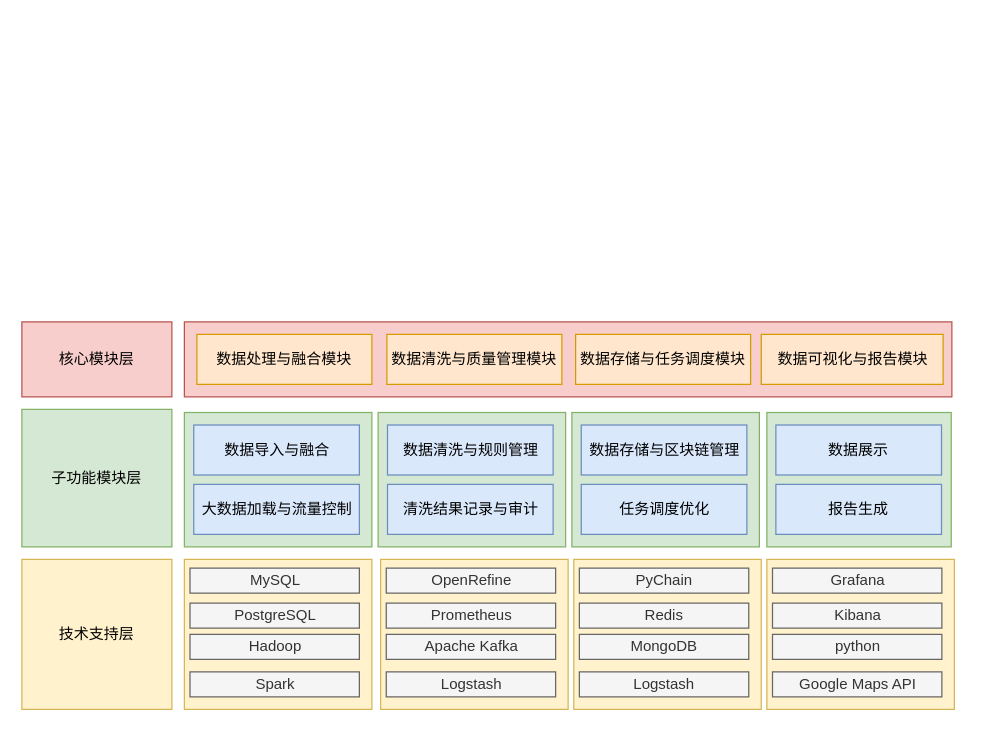
Before: 无人机监控与查询技术框架图 .drawio in jiaojb/py-crawler, a draw.io diagram. Source tidied: cells renumbered, new cells numbered last; positions are measured from the earlier drawing's top-left corner, leaving out a move shared by most shapes. Both pictures are drawn from the tidied source at 125%, with x=0, y=0 at pixel (21, 321).
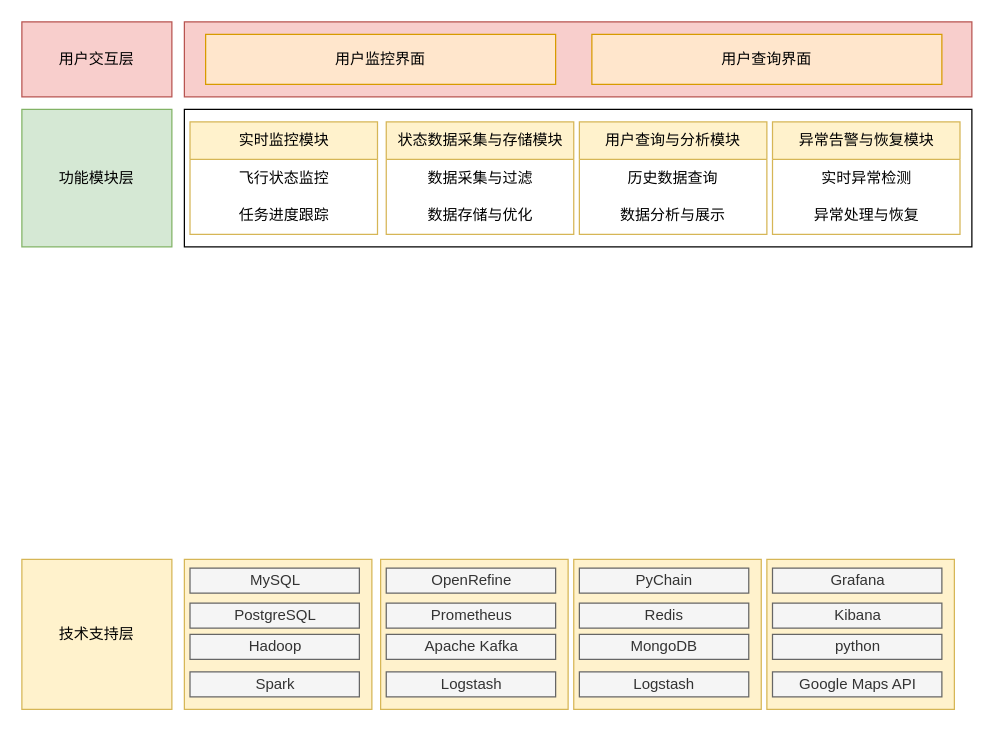
Above is the later version.

Commit message (it also covers changes not shown here):
更新无人机监控与查询技术框架图 .drawio

What changed in the source:
```diff
@@
+    <mxCell id="42" style="rounded=0;whiteSpace=wrap;html=1;" parent="1" vertex="1">
+      <mxGeometry x="130" y="-170" width="630" height="110" as="geometry" />
+    </mxCell>
-    <mxCell id="2" value="核心模块层" style="rounded=0;whiteSpace=wrap;html=1;fillColor=#f8cecc;strokeColor=#b85450;" parent="1" vertex="1">
-      <mxGeometry width="120" height="60" as="geometry" />
+    <mxCell id="2" value="用户交互层" style="rounded=0;whiteSpace=wrap;html=1;fillColor=#f8cecc;strokeColor=#b85450;" parent="1" vertex="1">
+      <mxGeometry y="-240" width="120" height="60" as="geometry" />
     </mxCell>
-    <mxCell id="3" value="子功能模块层" style="rounded=0;whiteSpace=wrap;html=1;fillColor=#d5e8d4;strokeColor=#82b366;" parent="1" vertex="1">
-      <mxGeometry y="70" width="120" height="110" as="geometry" />
+    <mxCell id="3" value="功能模块层" style="rounded=0;whiteSpace=wrap;html=1;fillColor=#d5e8d4;strokeColor=#82b366;" parent="1" vertex="1">
+      <mxGeometry y="-170" width="120" height="110" as="geometry" />
     </mxCell>
@@
     <mxCell id="5" style="rounded=0;whiteSpace=wrap;html=1;fillColor=#f8cecc;strokeColor=#b85450;" parent="1" vertex="1">
-      <mxGeometry x="130" width="614" height="60" as="geometry" />
+      <mxGeometry x="130" y="-240" width="630" height="60" as="geometry" />
     </mxCell>
-    <mxCell id="6" style="rounded=0;whiteSpace=wrap;html=1;fillColor=#d5e8d4;strokeColor=#82b366;" parent="1" vertex="1">
-      <mxGeometry x="130" y="72.5" width="150" height="107.5" as="geometry" />
-    </mxCell>
-    <mxCell id="7" value="数据处理与融合模块" style="rounded=0;whiteSpace=wrap;html=1;fillColor=#ffe6cc;strokeColor=#d79b00;" parent="1" vertex="1">
-      <mxGeometry x="140" y="10" width="140" height="40" as="geometry" />
+    <mxCell id="7" value="用户监控界面" style="rounded=0;whiteSpace=wrap;html=1;fillColor=#ffe6cc;strokeColor=#d79b00;" parent="1" vertex="1">
+      <mxGeometry x="147" y="-230" width="280" height="40" as="geometry" />
     </mxCell>
-    <mxCell id="8" value="数据清洗与质量管理模块" style="rounded=0;whiteSpace=wrap;html=1;fillColor=#ffe6cc;strokeColor=#d79b00;" parent="1" vertex="1">
-      <mxGeometry x="292" y="10" width="140" height="40" as="geometry" />
-    </mxCell>
-    <mxCell id="9" value="数据存储与任务调度模块" style="rounded=0;whiteSpace=wrap;html=1;fillColor=#ffe6cc;strokeColor=#d79b00;" parent="1" vertex="1">
-      <mxGeometry x="443" y="10" width="140" height="40" as="geometry" />
-    </mxCell>
-    <mxCell id="10" value="数据可视化与报告模块" style="rounded=0;whiteSpace=wrap;html=1;fillColor=#ffe6cc;strokeColor=#d79b00;" parent="1" vertex="1">
-      <mxGeometry x="591.5" y="10" width="145.5" height="40" as="geometry" />
-    </mxCell>
-    <mxCell id="11" value="数据导入与融合" style="rounded=0;whiteSpace=wrap;html=1;fillColor=#dae8fc;strokeColor=#6c8ebf;" parent="1" vertex="1">
-      <mxGeometry x="137.5" y="82.5" width="132.5" height="40" as="geometry" />
-    </mxCell>
-    <mxCell id="12" value="大数据加载与流量控制" style="rounded=0;whiteSpace=wrap;html=1;fillColor=#dae8fc;strokeColor=#6c8ebf;" parent="1" vertex="1">
-      <mxGeometry x="137.5" y="130" width="132.5" height="40" as="geometry" />
-    </mxCell>
-    <mxCell id="13" style="rounded=0;whiteSpace=wrap;html=1;fillColor=#d5e8d4;strokeColor=#82b366;" parent="1" vertex="1">
-      <mxGeometry x="285" y="72.5" width="150" height="107.5" as="geometry" />
-    </mxCell>
-    <mxCell id="14" value="数据清洗与规则管理" style="rounded=0;whiteSpace=wrap;html=1;fillColor=#dae8fc;strokeColor=#6c8ebf;" parent="1" vertex="1">
-      <mxGeometry x="292.5" y="82.5" width="132.5" height="40" as="geometry" />
-    </mxCell>
-    <mxCell id="15" value="清洗结果记录与审计" style="rounded=0;whiteSpace=wrap;html=1;fillColor=#dae8fc;strokeColor=#6c8ebf;" parent="1" vertex="1">
-      <mxGeometry x="292.5" y="130" width="132.5" height="40" as="geometry" />
-    </mxCell>
-    <mxCell id="16" style="rounded=0;whiteSpace=wrap;html=1;fillColor=#d5e8d4;strokeColor=#82b366;" parent="1" vertex="1">
-      <mxGeometry x="440" y="72.5" width="150" height="107.5" as="geometry" />
-    </mxCell>
-    <mxCell id="17" value="数据存储与区块链管理  " style="rounded=0;whiteSpace=wrap;html=1;fillColor=#dae8fc;strokeColor=#6c8ebf;" parent="1" vertex="1">
-      <mxGeometry x="447.5" y="82.5" width="132.5" height="40" as="geometry" />
-    </mxCell>
-    <mxCell id="18" value="任务调度优化" style="rounded=0;whiteSpace=wrap;html=1;fillColor=#dae8fc;strokeColor=#6c8ebf;" parent="1" vertex="1">
-      <mxGeometry x="447.5" y="130" width="132.5" height="40" as="geometry" />
-    </mxCell>
-    <mxCell id="19" style="rounded=0;whiteSpace=wrap;html=1;fillColor=#d5e8d4;strokeColor=#82b366;" parent="1" vertex="1">
-      <mxGeometry x="596" y="72.5" width="147.5" height="107.5" as="geometry" />
-    </mxCell>
-    <mxCell id="20" value="数据展示" style="rounded=0;whiteSpace=wrap;html=1;fillColor=#dae8fc;strokeColor=#6c8ebf;" parent="1" vertex="1">
-      <mxGeometry x="603.2" y="82.5" width="132.5" height="40" as="geometry" />
-    </mxCell>
-    <mxCell id="21" value="报告生成" style="rounded=0;whiteSpace=wrap;html=1;fillColor=#dae8fc;strokeColor=#6c8ebf;" parent="1" vertex="1">
-      <mxGeometry x="603.2" y="130" width="132.5" height="40" as="geometry" />
-    </mxCell>
@@
+    <mxCell id="43" value="用户查询界面" style="rounded=0;whiteSpace=wrap;html=1;fillColor=#ffe6cc;strokeColor=#d79b00;" parent="1" vertex="1">
+      <mxGeometry x="456" y="-230" width="280" height="40" as="geometry" />
+    </mxCell>
+    <mxCell id="44" value="实时监控模块" style="swimlane;fontStyle=0;horizontal=1;startSize=30;whiteSpace=wrap;html=1;fillColor=#fff2cc;strokeColor=#d6b656;" parent="1" vertex="1">
+      <mxGeometry x="134.5" y="-160" width="150" height="90" as="geometry" />
+    </mxCell>
+    <mxCell id="45" value="飞行状态监控" style="text;strokeColor=none;fillColor=none;align=center;verticalAlign=middle;spacingLeft=4;spacingRight=4;overflow=hidden;whiteSpace=wrap;html=1;" parent="44" vertex="1">
+      <mxGeometry y="30" width="150" height="30" as="geometry" />
+    </mxCell>
+    <mxCell id="46" value="任务进度跟踪" style="text;strokeColor=none;fillColor=none;align=center;verticalAlign=middle;spacingLeft=4;spacingRight=4;overflow=hidden;whiteSpace=wrap;html=1;" parent="44" vertex="1">
+      <mxGeometry y="60" width="150" height="30" as="geometry" />
+    </mxCell>
+    <mxCell id="47" value="状态数据采集与存储模块" style="swimlane;fontStyle=0;horizontal=1;startSize=30;whiteSpace=wrap;html=1;fillColor=#fff2cc;strokeColor=#d6b656;" parent="1" vertex="1">
+      <mxGeometry x="291.5" y="-160" width="150" height="90" as="geometry" />
+    </mxCell>
+    <mxCell id="48" value="数据采集与过滤" style="text;strokeColor=none;fillColor=none;align=center;verticalAlign=middle;spacingLeft=4;spacingRight=4;overflow=hidden;whiteSpace=wrap;html=1;" parent="47" vertex="1">
+      <mxGeometry y="30" width="150" height="30" as="geometry" />
+    </mxCell>
+    <mxCell id="49" value="数据存储与优化" style="text;strokeColor=none;fillColor=none;align=center;verticalAlign=middle;spacingLeft=4;spacingRight=4;overflow=hidden;whiteSpace=wrap;html=1;" parent="47" vertex="1">
+      <mxGeometry y="60" width="150" height="30" as="geometry" />
+    </mxCell>
+    <mxCell id="50" value="用户查询与分析模块" style="swimlane;fontStyle=0;horizontal=1;startSize=30;whiteSpace=wrap;html=1;fillColor=#fff2cc;strokeColor=#d6b656;" parent="1" vertex="1">
+      <mxGeometry x="446" y="-160" width="150" height="90" as="geometry" />
+    </mxCell>
+    <mxCell id="51" value="历史数据查询" style="text;strokeColor=none;fillColor=none;align=center;verticalAlign=middle;spacingLeft=4;spacingRight=4;overflow=hidden;whiteSpace=wrap;html=1;" parent="50" vertex="1">
+      <mxGeometry y="30" width="150" height="30" as="geometry" />
+    </mxCell>
+    <mxCell id="52" value="数据分析与展示" style="text;strokeColor=none;fillColor=none;align=center;verticalAlign=middle;spacingLeft=4;spacingRight=4;overflow=hidden;whiteSpace=wrap;html=1;" parent="50" vertex="1">
+      <mxGeometry y="60" width="150" height="30" as="geometry" />
+    </mxCell>
+    <mxCell id="53" value="异常告警与恢复模块" style="swimlane;fontStyle=0;horizontal=1;startSize=30;whiteSpace=wrap;html=1;fillColor=#fff2cc;strokeColor=#d6b656;" parent="1" vertex="1">
+      <mxGeometry x="600.5" y="-160" width="150" height="90" as="geometry" />
+    </mxCell>
+    <mxCell id="54" value="实时异常检测" style="text;strokeColor=none;fillColor=none;align=center;verticalAlign=middle;spacingLeft=4;spacingRight=4;overflow=hidden;whiteSpace=wrap;html=1;" parent="53" vertex="1">
+      <mxGeometry y="30" width="150" height="30" as="geometry" />
+    </mxCell>
+    <mxCell id="55" value="异常处理与恢复" style="text;strokeColor=none;fillColor=none;align=center;verticalAlign=middle;spacingLeft=4;spacingRight=4;overflow=hidden;whiteSpace=wrap;html=1;" parent="53" vertex="1">
+      <mxGeometry y="60" width="150" height="30" as="geometry" />
+    </mxCell>
```
